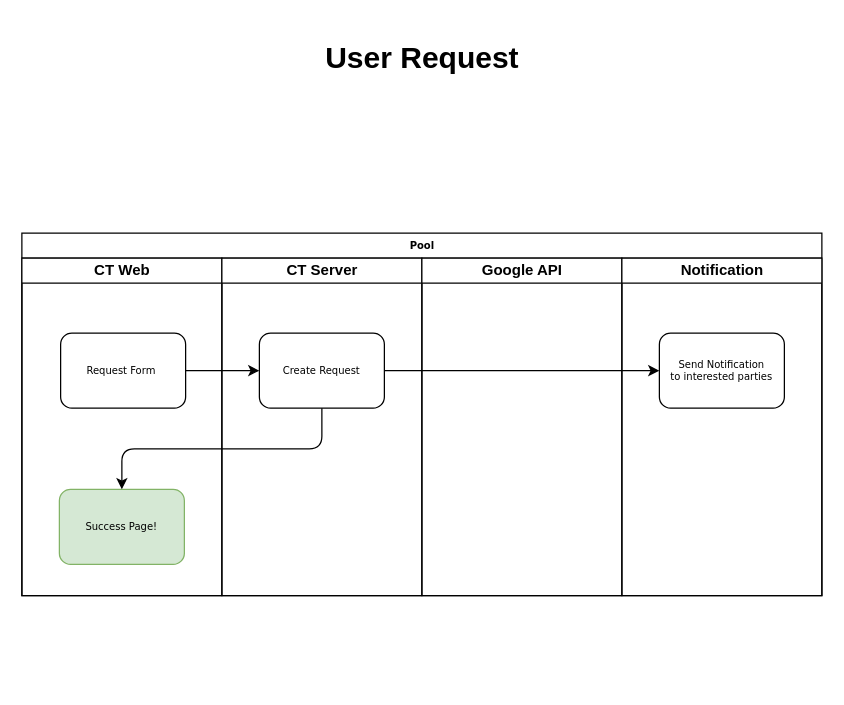
Earlier version of the draw.io diagram page "Request Access" (4 of 5) of Design/UserOnboardingFlow.drawio (alkem-io/alkemio). Source tidied: cells renumbered, new cells numbered last; positions are measured from the earlier drawing's top-left corner, leaving out a move shared by most shapes. Both pictures are drawn from the tidied source at 125%, with x=0, y=0 at pixel (21, 32).
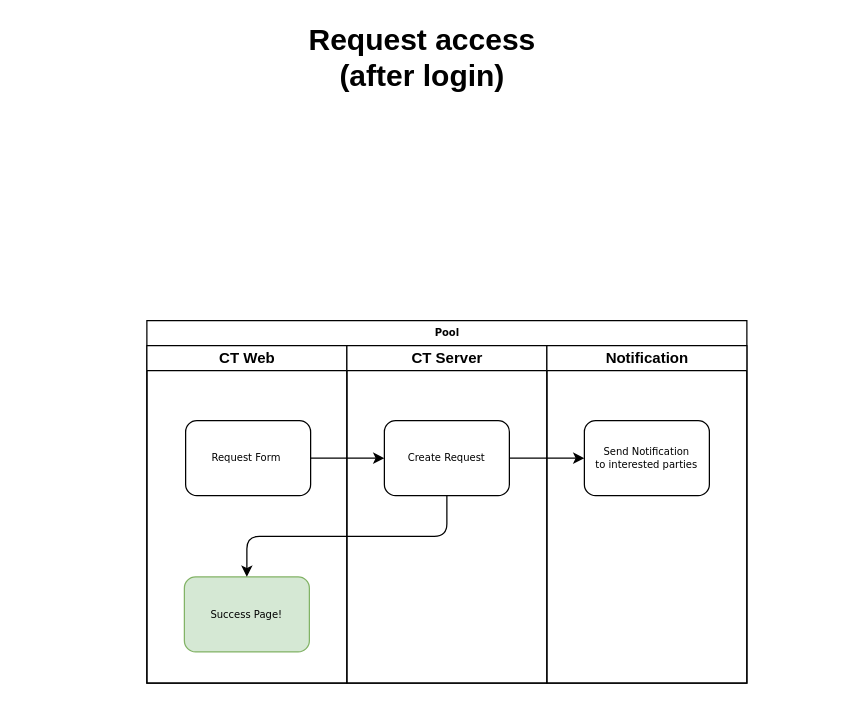
Above is the later version.

Change to the diagram source:
```diff
@@
 <mxGraphModel background="#ffffff">
   <root>
     <mxCell id="0" />
     <mxCell id="1" parent="0" />
     <mxCell id="2" value="Pool" style="swimlane;html=1;startSize=20;rounded=0;shadow=0;labelBackgroundColor=none;strokeWidth=1;fontFamily=Verdana;fontSize=8;align=center;" parent="1" vertex="1">
-      <mxGeometry y="160" width="640" height="290" as="geometry" />
+      <mxGeometry x="100" y="230" width="480" height="290" as="geometry" />
     </mxCell>
     <mxCell id="3" value="CT Web" style="swimlane;html=1;startSize=20;" parent="2" vertex="1">
       <mxGeometry y="20" width="160" height="270" as="geometry" />
     </mxCell>
     <mxCell id="4" value="Request Form&amp;nbsp;" style="rounded=1;whiteSpace=wrap;html=1;shadow=0;labelBackgroundColor=none;strokeWidth=1;fontFamily=Verdana;fontSize=8;align=center;" parent="3" vertex="1">
       <mxGeometry x="31" y="60" width="100" height="60" as="geometry" />
     </mxCell>
     <mxCell id="5" value="Success Page!" style="rounded=1;whiteSpace=wrap;html=1;shadow=0;labelBackgroundColor=none;strokeWidth=1;fontFamily=Verdana;fontSize=8;align=center;fillColor=#d5e8d4;strokeColor=#82b366;" parent="3" vertex="1">
       <mxGeometry x="30" y="185" width="100" height="60" as="geometry" />
     </mxCell>
     <mxCell id="6" value="CT Server" style="swimlane;html=1;startSize=20;" parent="2" vertex="1">
       <mxGeometry x="160" y="20" width="160" height="270" as="geometry" />
     </mxCell>
     <mxCell id="7" value="Create Request" style="rounded=1;whiteSpace=wrap;html=1;shadow=0;labelBackgroundColor=none;strokeWidth=1;fontFamily=Verdana;fontSize=8;align=center;" parent="6" vertex="1">
       <mxGeometry x="30" y="60" width="100" height="60" as="geometry" />
     </mxCell>
-    <mxCell id="8" value="Google API" style="swimlane;html=1;startSize=20;" parent="2" vertex="1">
-      <mxGeometry x="320" y="20" width="160" height="270" as="geometry" />
-    </mxCell>
     <mxCell id="9" style="edgeStyle=orthogonalEdgeStyle;rounded=0;jettySize=auto;html=1;entryX=0;entryY=0.5;entryDx=0;entryDy=0;" parent="2" edge="1" source="4">
       <mxGeometry relative="1" as="geometry">
         <mxPoint x="190" y="110" as="targetPoint" />
       </mxGeometry>
     </mxCell>
     <mxCell id="10" style="edgeStyle=orthogonalEdgeStyle;rounded=1;jettySize=auto;html=1;exitX=0.5;exitY=1;exitDx=0;exitDy=0;" parent="2" edge="1" source="7" target="5">
       <mxGeometry relative="1" as="geometry" />
     </mxCell>
     <mxCell id="11" style="edgeStyle=orthogonalEdgeStyle;rounded=1;jettySize=auto;html=1;entryX=0;entryY=0.5;entryDx=0;entryDy=0;" parent="2" edge="1" source="7" target="13">
       <mxGeometry relative="1" as="geometry" />
     </mxCell>
     <mxCell id="12" value="Notification" style="swimlane;html=1;startSize=20;" parent="2" vertex="1">
-      <mxGeometry x="480" y="20" width="160" height="270" as="geometry" />
+      <mxGeometry x="320" y="20" width="160" height="270" as="geometry" />
     </mxCell>
     <mxCell id="13" value="Send Notification&lt;br&gt;to interested parties" style="rounded=1;whiteSpace=wrap;html=1;shadow=0;labelBackgroundColor=none;strokeWidth=1;fontFamily=Verdana;fontSize=8;align=center;" parent="12" vertex="1">
       <mxGeometry x="30" y="60" width="100" height="60" as="geometry" />
     </mxCell>
-    <mxCell id="14" value="User Request" style="text;strokeColor=none;fillColor=none;html=1;fontSize=24;fontStyle=1;verticalAlign=middle;align=center;" parent="1" vertex="1">
+    <mxCell id="14" value="Request access&lt;br&gt;(after login)" style="text;strokeColor=none;fillColor=none;html=1;fontSize=24;fontStyle=1;verticalAlign=middle;align=center;" parent="1" vertex="1">
       <mxGeometry x="270" width="100" height="40" as="geometry" />
     </mxCell>
   </root>
 </mxGraphModel>
```
